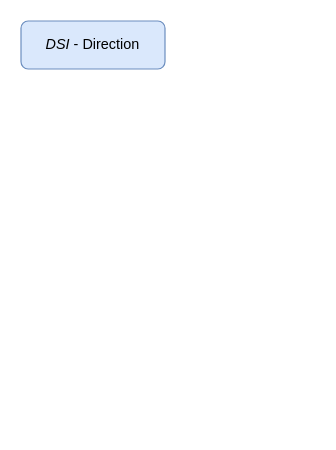
Earlier version of the draw.io diagram organigrammes/DSI - main.drawio (GeeHB/diagrammes). Source tidied: cells renumbered, new cells numbered last; positions are measured from the earlier drawing's top-left corner, leaving out a move shared by most shapes. Both pictures are drawn from the tidied source at 120%, with x=0, y=0 at pixel (20, 20).
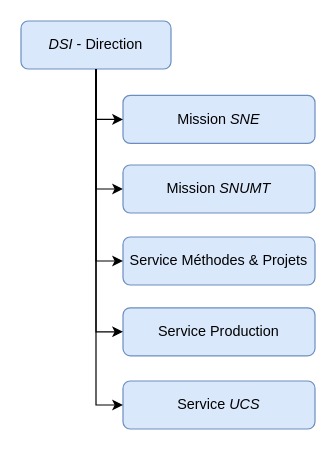
The same page after the edit.

Commit message:
Mettre à jour DSI - main.drawio

Change to the diagram source:
```diff
@@
 <mxGraphModel>
   <root>
     <mxCell id="0" />
     <mxCell id="1" parent="0" />
+    <mxCell id="3" style="edgeStyle=orthogonalEdgeStyle;rounded=0;jettySize=auto;html=1;exitX=0.5;exitY=1;exitDx=0;exitDy=0;entryX=0;entryY=0.5;entryDx=0;entryDy=0;" parent="1" edge="1" source="2" target="4">
+      <mxGeometry relative="1" as="geometry" />
+    </mxCell>
     <mxCell id="2" value="&lt;i&gt;DSI&lt;/i&gt; - Direction" style="rounded=1;whiteSpace=wrap;html=1;fillColor=#dae8fc;strokeColor=#6c8ebf;" parent="1" vertex="1">
-      <mxGeometry width="120" height="40" as="geometry" />
+      <mxGeometry width="125" height="40" as="geometry" />
     </mxCell>
+    <mxCell id="4" value="Mission &lt;i&gt;SNUMT&lt;/i&gt;" style="whiteSpace=wrap;html=1;fillColor=#dae8fc;strokeColor=#6c8ebf;rounded=1;" parent="1" vertex="1">
+      <mxGeometry x="85" y="120" width="160" height="40" as="geometry" />
+    </mxCell>
+    <mxCell id="5" value="Mission &lt;i&gt;SNE&lt;/i&gt;" style="whiteSpace=wrap;html=1;fillColor=#dae8fc;strokeColor=#6c8ebf;rounded=1;" parent="1" vertex="1">
+      <mxGeometry x="85" y="62" width="160" height="40" as="geometry" />
+    </mxCell>
+    <mxCell id="6" style="edgeStyle=orthogonalEdgeStyle;rounded=0;jettySize=auto;html=1;exitX=0.5;exitY=1;exitDx=0;exitDy=0;entryX=0;entryY=0.5;entryDx=0;entryDy=0;" parent="1" edge="1" source="2" target="5">
+      <mxGeometry relative="1" as="geometry" />
+    </mxCell>
+    <mxCell id="7" value="Service Méthodes &amp;amp; Projets" style="whiteSpace=wrap;html=1;fillColor=#dae8fc;strokeColor=#6c8ebf;rounded=1;" parent="1" vertex="1">
+      <mxGeometry x="85" y="180" width="160" height="40" as="geometry" />
+    </mxCell>
+    <mxCell id="8" style="edgeStyle=orthogonalEdgeStyle;rounded=0;jettySize=auto;html=1;exitX=0.5;exitY=1;exitDx=0;exitDy=0;entryX=0;entryY=0.5;entryDx=0;entryDy=0;" parent="1" edge="1" source="2" target="7">
+      <mxGeometry relative="1" as="geometry" />
+    </mxCell>
+    <mxCell id="9" value="Service Production" style="whiteSpace=wrap;html=1;fillColor=#dae8fc;strokeColor=#6c8ebf;rounded=1;" parent="1" vertex="1">
+      <mxGeometry x="85" y="239" width="160" height="40" as="geometry" />
+    </mxCell>
+    <mxCell id="10" value="Service &lt;i&gt;UCS&lt;/i&gt;" style="whiteSpace=wrap;html=1;fillColor=#dae8fc;strokeColor=#6c8ebf;rounded=1;" parent="1" vertex="1">
+      <mxGeometry x="85" y="300" width="160" height="40" as="geometry" />
+    </mxCell>
+    <mxCell id="11" style="edgeStyle=orthogonalEdgeStyle;rounded=0;jettySize=auto;html=1;exitX=0.5;exitY=1;exitDx=0;exitDy=0;entryX=0;entryY=0.5;entryDx=0;entryDy=0;" parent="1" edge="1" source="2" target="9">
+      <mxGeometry relative="1" as="geometry" />
+    </mxCell>
+    <mxCell id="12" style="edgeStyle=orthogonalEdgeStyle;rounded=0;jettySize=auto;html=1;exitX=0.5;exitY=1;exitDx=0;exitDy=0;entryX=0;entryY=0.5;entryDx=0;entryDy=0;" parent="1" edge="1" source="2" target="10">
+      <mxGeometry relative="1" as="geometry" />
+    </mxCell>
   </root>
 </mxGraphModel>
```
